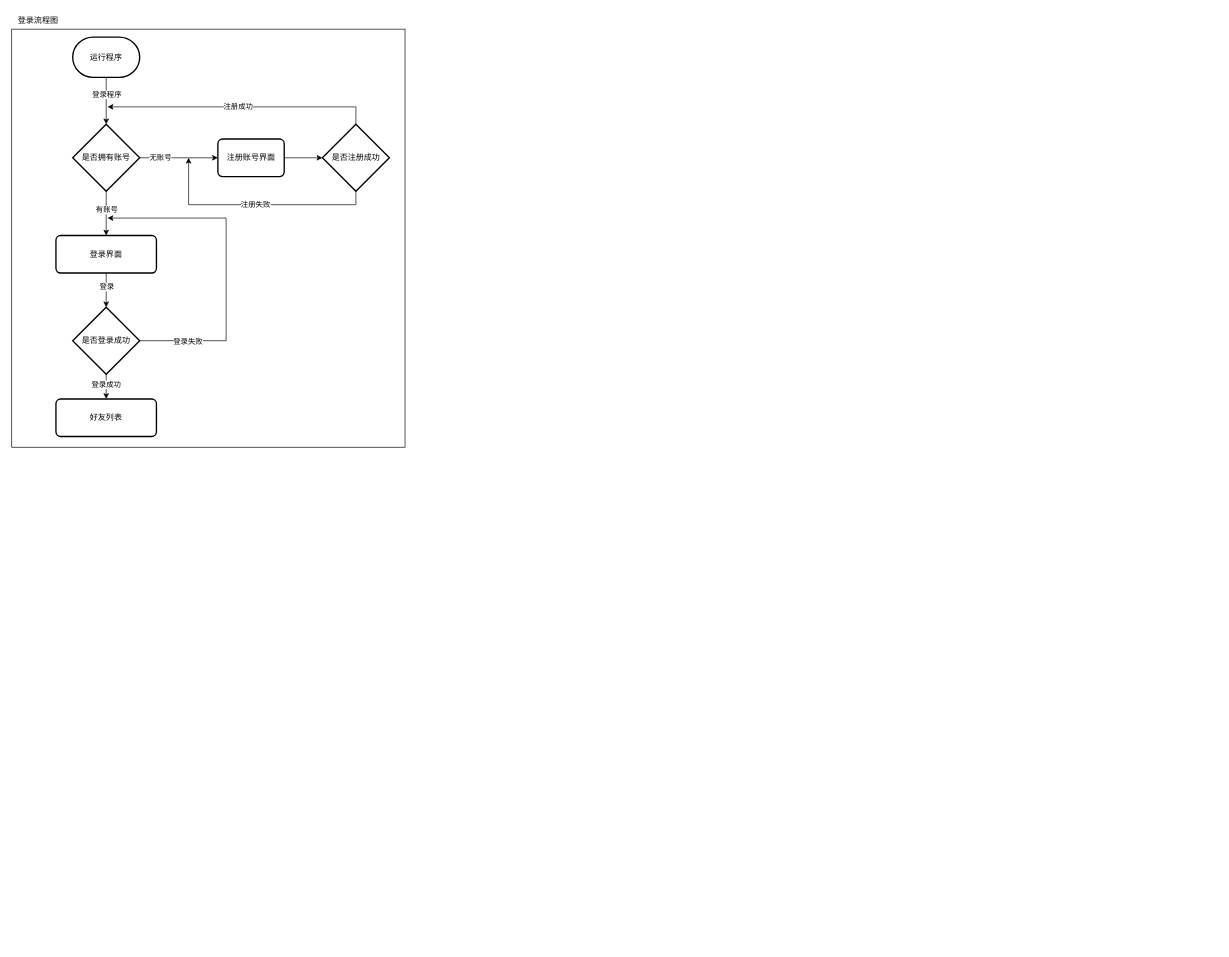
Above: new/sub.drawio in HellowAmy/qt_comm (draw.io), before the change. Source tidied: cells renumbered, new cells numbered last; positions are measured from the earlier drawing's top-left corner, leaving out a move shared by most shapes. Both pictures are drawn from the tidied source at 67%, with x=0, y=0 at pixel (11, 11).
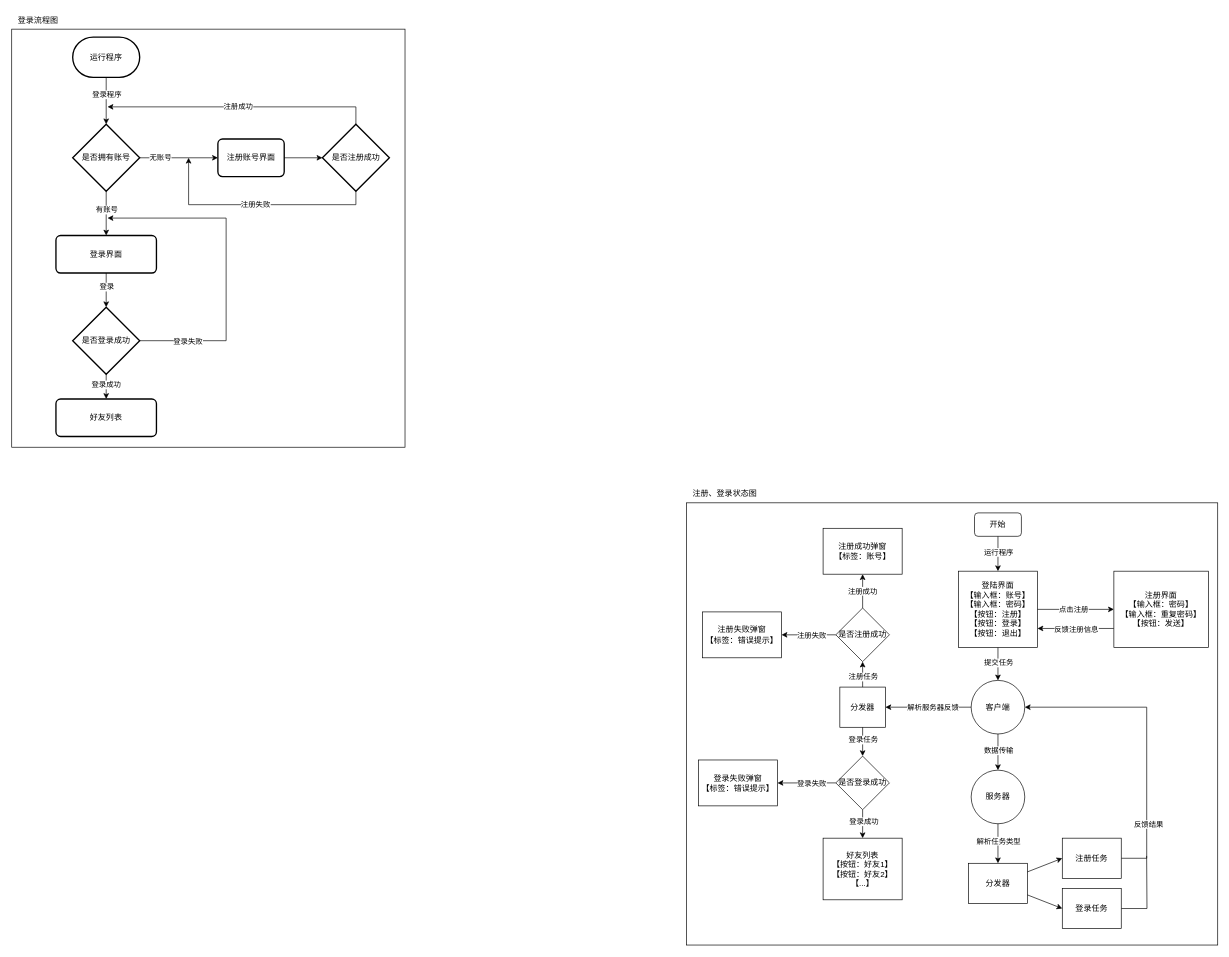
The same diagram, later.

What changed in the source:
```diff
@@
+    <mxCell id="28" style="group;" parent="1" vertex="1">
+      <mxGeometry x="1007" y="707" width="793" height="686" as="geometry" />
+    </mxCell>
+    <mxCell id="29" style="rounded=0;whiteSpace=wrap;html=1;" parent="28" vertex="1">
+      <mxGeometry y="26" width="793" height="660" as="geometry" />
+    </mxCell>
+    <mxCell id="30" style="group;" parent="28" vertex="1">
+      <mxGeometry x="18" y="41" width="761" height="620.5" as="geometry" />
+    </mxCell>
+    <mxCell id="31" value="开始" style="rounded=1;whiteSpace=wrap;html=1;" parent="30" vertex="1">
+      <mxGeometry x="412" width="70" height="35" as="geometry" />
+    </mxCell>
+    <mxCell id="32" value="登陆界面&lt;br&gt;【输入框：账号】&lt;br&gt;【输入框：密码】&lt;br&gt;【按钮：注册】&lt;br&gt;【按钮：登录】&lt;br&gt;【按钮：退出】" style="rounded=0;whiteSpace=wrap;html=1;" parent="30" vertex="1">
+      <mxGeometry x="388" y="87" width="118" height="114" as="geometry" />
+    </mxCell>
+    <mxCell id="33" style="edgeStyle=orthogonalEdgeStyle;rounded=0;jettySize=auto;html=1;" parent="30" edge="1" source="31" target="32">
+      <mxGeometry relative="1" as="geometry" />
+    </mxCell>
+    <mxCell id="34" value="运行程序" style="edgeLabel;html=1;align=center;verticalAlign=middle;" parent="33" vertex="1">
+      <mxGeometry x="0.19" y="1" relative="1" as="geometry">
+        <mxPoint x="-1" y="-8" as="offset" />
+      </mxGeometry>
+    </mxCell>
+    <mxCell id="35" style="edgeStyle=orthogonalEdgeStyle;rounded=0;jettySize=auto;html=1;entryX=1;entryY=0.75;entryDx=0;entryDy=0;exitX=0;exitY=0.75;exitDx=0;exitDy=0;" parent="30" edge="1" source="37" target="32">
+      <mxGeometry relative="1" as="geometry" />
+    </mxCell>
+    <mxCell id="36" value="反馈注册信息" style="edgeLabel;html=1;align=center;verticalAlign=middle;" parent="35" vertex="1">
+      <mxGeometry x="0.3" relative="1" as="geometry">
+        <mxPoint x="17" y="1" as="offset" />
+      </mxGeometry>
+    </mxCell>
+    <mxCell id="37" value="注册界面&lt;br&gt;【输入框：密码】&lt;br&gt;【输入框：重复密码】&lt;br&gt;【按钮：发送】" style="rounded=0;whiteSpace=wrap;html=1;" parent="30" vertex="1">
+      <mxGeometry x="620" y="87" width="141" height="114" as="geometry" />
+    </mxCell>
+    <mxCell id="38" style="edgeStyle=orthogonalEdgeStyle;rounded=0;jettySize=auto;html=1;" parent="30" edge="1" source="32" target="37">
+      <mxGeometry relative="1" as="geometry" />
+    </mxCell>
+    <mxCell id="39" value="点击注册" style="edgeLabel;html=1;align=center;verticalAlign=middle;" parent="38" vertex="1">
+      <mxGeometry x="-0.19" y="1" relative="1" as="geometry">
+        <mxPoint x="7" y="1" as="offset" />
+      </mxGeometry>
+    </mxCell>
+    <mxCell id="40" value="好友列表&lt;br&gt;【按钮：好友1】&lt;br&gt;【按钮：好友2】&lt;br&gt;【...】&lt;br&gt;" style="rounded=0;whiteSpace=wrap;html=1;" parent="30" vertex="1">
+      <mxGeometry x="186" y="485.5" width="118" height="92" as="geometry" />
+    </mxCell>
+    <mxCell id="41" value="客户端" style="ellipse;whiteSpace=wrap;html=1;" parent="30" vertex="1">
+      <mxGeometry x="407" y="250" width="80" height="80" as="geometry" />
+    </mxCell>
+    <mxCell id="42" style="rounded=0;jettySize=auto;html=1;exitX=0.5;exitY=1;exitDx=0;exitDy=0;entryX=0.5;entryY=0;entryDx=0;entryDy=0;" parent="30" edge="1" source="32" target="41">
+      <mxGeometry relative="1" as="geometry" />
+    </mxCell>
+    <mxCell id="43" value="提交任务" style="edgeLabel;html=1;align=center;verticalAlign=middle;" parent="42" vertex="1">
+      <mxGeometry x="-0.23" y="1" relative="1" as="geometry">
+        <mxPoint x="-1" y="3" as="offset" />
+      </mxGeometry>
+    </mxCell>
+    <mxCell id="44" value="服务器" style="ellipse;whiteSpace=wrap;html=1;" parent="30" vertex="1">
+      <mxGeometry x="407" y="384" width="80" height="80" as="geometry" />
+    </mxCell>
+    <mxCell id="45" style="edgeStyle=orthogonalEdgeStyle;rounded=0;jettySize=auto;html=1;" parent="30" edge="1" source="41" target="44">
+      <mxGeometry relative="1" as="geometry" />
+    </mxCell>
+    <mxCell id="46" value="数据传输" style="edgeLabel;html=1;align=center;verticalAlign=middle;" parent="45" vertex="1">
+      <mxGeometry x="-0.12" relative="1" as="geometry" />
+    </mxCell>
+    <mxCell id="47" value="分发器" style="rounded=0;whiteSpace=wrap;html=1;" parent="30" vertex="1">
+      <mxGeometry x="403" y="523" width="88" height="60" as="geometry" />
+    </mxCell>
+    <mxCell id="48" style="edgeStyle=orthogonalEdgeStyle;rounded=0;jettySize=auto;html=1;" parent="30" edge="1" source="44" target="47">
+      <mxGeometry relative="1" as="geometry" />
+    </mxCell>
+    <mxCell id="49" value="解析任务类型" style="edgeLabel;html=1;align=center;verticalAlign=middle;" parent="48" vertex="1">
+      <mxGeometry x="-0.15" relative="1" as="geometry" />
+    </mxCell>
+    <mxCell id="50" style="edgeStyle=orthogonalEdgeStyle;rounded=0;jettySize=auto;html=1;entryX=1;entryY=0.5;entryDx=0;entryDy=0;" parent="30" edge="1" source="52" target="41">
+      <mxGeometry relative="1" as="geometry">
+        <Array as="points">
+          <mxPoint x="669" y="516" />
+          <mxPoint x="669" y="290" />
+        </Array>
+      </mxGeometry>
+    </mxCell>
+    <mxCell id="51" value="反馈结果" style="edgeLabel;html=1;align=center;verticalAlign=middle;" parent="50" vertex="1">
+      <mxGeometry x="-0.03" relative="1" as="geometry">
+        <mxPoint x="2" y="127" as="offset" />
+      </mxGeometry>
+    </mxCell>
+    <mxCell id="52" value="注册任务" style="rounded=0;whiteSpace=wrap;html=1;" parent="30" vertex="1">
+      <mxGeometry x="543" y="485.5" width="88" height="60" as="geometry" />
+    </mxCell>
+    <mxCell id="53" style="rounded=0;jettySize=auto;html=1;entryX=0;entryY=0.5;entryDx=0;entryDy=0;" parent="30" edge="1" source="47" target="52">
+      <mxGeometry relative="1" as="geometry" />
+    </mxCell>
+    <mxCell id="54" style="edgeStyle=orthogonalEdgeStyle;rounded=0;jettySize=auto;html=1;endArrow=none;endFill=0;" parent="30" edge="1" source="55">
+      <mxGeometry relative="1" as="geometry">
+        <mxPoint x="668.9" y="512" as="targetPoint" />
+      </mxGeometry>
+    </mxCell>
+    <mxCell id="55" value="登录任务" style="rounded=0;whiteSpace=wrap;html=1;" parent="30" vertex="1">
+      <mxGeometry x="543" y="560.5" width="88" height="60" as="geometry" />
+    </mxCell>
+    <mxCell id="56" style="rounded=0;jettySize=auto;html=1;entryX=0;entryY=0.5;entryDx=0;entryDy=0;" parent="30" edge="1" source="47" target="55">
+      <mxGeometry relative="1" as="geometry" />
+    </mxCell>
+    <mxCell id="57" value="分发器" style="rounded=0;whiteSpace=wrap;html=1;" parent="30" vertex="1">
+      <mxGeometry x="211" y="260" width="68" height="60" as="geometry" />
+    </mxCell>
+    <mxCell id="58" style="edgeStyle=orthogonalEdgeStyle;rounded=0;jettySize=auto;html=1;" parent="30" edge="1" source="41" target="57">
+      <mxGeometry relative="1" as="geometry" />
+    </mxCell>
+    <mxCell id="59" value="解析服务器反馈" style="edgeLabel;html=1;align=center;verticalAlign=middle;" parent="58" vertex="1">
+      <mxGeometry x="-0.1" y="-1" relative="1" as="geometry" />
+    </mxCell>
+    <mxCell id="60" value="注册成功弹窗&lt;br&gt;【标签：账号】" style="rounded=0;whiteSpace=wrap;html=1;" parent="30" vertex="1">
+      <mxGeometry x="186" y="23" width="118" height="68.5" as="geometry" />
+    </mxCell>
+    <mxCell id="61" value="注册失败弹窗&lt;br&gt;【标签：错误提示】" style="rounded=0;whiteSpace=wrap;html=1;" parent="30" vertex="1">
+      <mxGeometry x="6" y="147.8" width="118" height="68.5" as="geometry" />
+    </mxCell>
+    <mxCell id="62" value="注册成功" style="edgeStyle=orthogonalEdgeStyle;rounded=0;jettySize=auto;html=1;exitX=0.5;exitY=0;exitDx=0;exitDy=0;" parent="30" edge="1" source="73" target="60">
+      <mxGeometry relative="1" as="geometry" />
+    </mxCell>
+    <mxCell id="63" style="edgeStyle=orthogonalEdgeStyle;rounded=0;jettySize=auto;html=1;entryX=1;entryY=0.5;entryDx=0;entryDy=0;exitX=0;exitY=0.5;exitDx=0;exitDy=0;" parent="30" edge="1" source="73" target="61">
+      <mxGeometry relative="1" as="geometry" />
+    </mxCell>
+    <mxCell id="64" value="注册失败" style="edgeLabel;html=1;align=center;verticalAlign=middle;" parent="63" vertex="1">
+      <mxGeometry x="-0.58" y="1" relative="1" as="geometry">
+        <mxPoint x="-20" y="-1" as="offset" />
+      </mxGeometry>
+    </mxCell>
+    <mxCell id="65" value="登录失败弹窗&lt;br&gt;【标签：错误提示】" style="rounded=0;whiteSpace=wrap;html=1;" parent="30" vertex="1">
+      <mxGeometry y="368.8" width="118" height="68.5" as="geometry" />
+    </mxCell>
+    <mxCell id="66" style="edgeStyle=orthogonalEdgeStyle;rounded=0;jettySize=auto;html=1;" parent="30" edge="1" source="70" target="40">
+      <mxGeometry relative="1" as="geometry" />
+    </mxCell>
+    <mxCell id="67" value="登录成功" style="edgeLabel;html=1;align=center;verticalAlign=middle;" parent="66" vertex="1">
+      <mxGeometry x="-0.21" y="1" relative="1" as="geometry" />
+    </mxCell>
+    <mxCell id="68" style="edgeStyle=orthogonalEdgeStyle;rounded=0;jettySize=auto;html=1;" parent="30" edge="1" source="70" target="65">
+      <mxGeometry relative="1" as="geometry" />
+    </mxCell>
+    <mxCell id="69" value="登录失败" style="edgeLabel;html=1;align=center;verticalAlign=middle;" parent="68" vertex="1">
+      <mxGeometry x="-0.15" relative="1" as="geometry" />
+    </mxCell>
+    <mxCell id="70" value="是否登录成功" style="rhombus;whiteSpace=wrap;html=1;" parent="30" vertex="1">
+      <mxGeometry x="205" y="363" width="80" height="80" as="geometry" />
+    </mxCell>
+    <mxCell id="71" style="edgeStyle=orthogonalEdgeStyle;rounded=0;jettySize=auto;html=1;" parent="30" edge="1" source="57" target="70">
+      <mxGeometry relative="1" as="geometry" />
+    </mxCell>
+    <mxCell id="72" value="登录任务" style="edgeLabel;html=1;align=center;verticalAlign=middle;" parent="71" vertex="1">
+      <mxGeometry x="-0.17" relative="1" as="geometry" />
+    </mxCell>
+    <mxCell id="73" value="是否注册成功" style="rhombus;whiteSpace=wrap;html=1;" parent="30" vertex="1">
+      <mxGeometry x="205" y="142" width="80" height="80" as="geometry" />
+    </mxCell>
+    <mxCell id="74" style="edgeStyle=orthogonalEdgeStyle;rounded=0;jettySize=auto;html=1;" parent="30" edge="1" source="57" target="73">
+      <mxGeometry relative="1" as="geometry" />
+    </mxCell>
+    <mxCell id="75" value="注册任务" style="edgeLabel;html=1;align=center;verticalAlign=middle;" parent="74" vertex="1">
+      <mxGeometry x="-0.7" relative="1" as="geometry">
+        <mxPoint y="-10" as="offset" />
+      </mxGeometry>
+    </mxCell>
+    <mxCell id="76" value="注册、登录状态图" style="text;html=1;align=center;verticalAlign=middle;strokeColor=none;fillColor=none;" parent="28" vertex="1">
+      <mxGeometry width="114" height="26" as="geometry" />
+    </mxCell>
```
